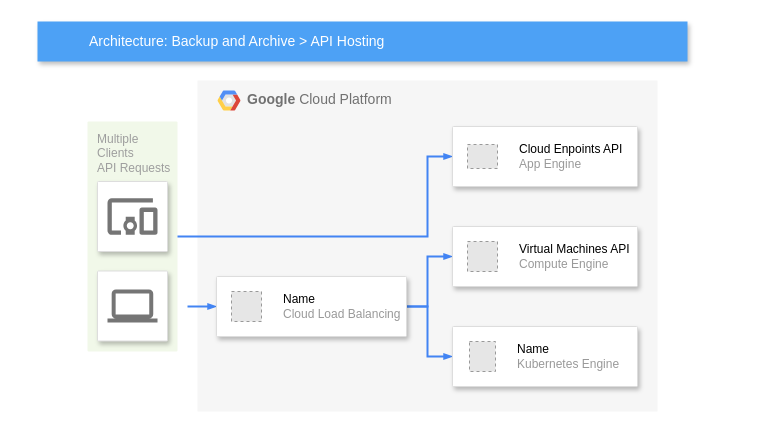
Above: CFCA调度中心/横向扩展架构.drawio in sd1026203/drawio (draw.io), before the change. Source tidied: cells renumbered, new cells numbered last; positions are measured from the earlier drawing's top-left corner, leaving out a move shared by most shapes. Both pictures are drawn from the tidied source at 100%, with x=0, y=0 at pixel (37, 21). Pictures stored in the file or linked from it are replaced by grey dashed boxes.
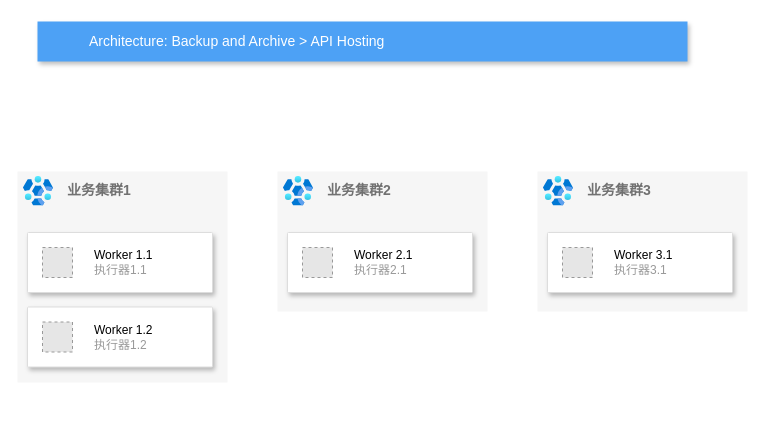
The same diagram, later.

Commit message (it also covers changes not shown here):
更新横向扩展架构.drawio

The edit, as a diff of the source:
```diff
@@
-    <mxCell id="2" value="&lt;b&gt;Google &lt;/b&gt;Cloud Platform" style="fillColor=#F6F6F6;strokeColor=none;shadow=0;gradientColor=none;fontSize=14;align=left;spacing=10;fontColor=#717171;9E9E9E;verticalAlign=top;spacingTop=-4;fontStyle=0;spacingLeft=40;html=1;" parent="1" vertex="1">
-      <mxGeometry x="160" y="59" width="460" height="331" as="geometry" />
+    <mxCell id="2" value="&lt;b&gt;业务集群1&lt;/b&gt;" style="fillColor=#F6F6F6;strokeColor=none;shadow=0;gradientColor=none;fontSize=14;align=left;spacing=10;fontColor=#717171;9E9E9E;verticalAlign=top;spacingTop=-4;fontStyle=0;spacingLeft=40;html=1;" parent="1" vertex="1">
+      <mxGeometry x="-20" y="150" width="210" height="211" as="geometry" />
     </mxCell>
-    <mxCell id="3" style="shape=mxgraph.gcp2.google_cloud_platform;fillColor=#F6F6F6;strokeColor=none;shadow=0;gradientColor=none;" parent="2" vertex="1">
-      <mxGeometry width="23" height="20" relative="1" as="geometry">
-        <mxPoint x="20" y="10" as="offset" />
-      </mxGeometry>
-    </mxCell>
-    <mxCell id="4" value="Multiple&lt;br&gt;Clients&lt;br&gt;API Requests&lt;br&gt;" style="rounded=1;absoluteArcSize=1;arcSize=2;html=1;strokeColor=none;gradientColor=none;shadow=0;dashed=0;fontSize=12;fontColor=#9E9E9E;align=left;verticalAlign=top;spacing=10;spacingTop=-4;fillColor=#F1F8E9;" parent="1" vertex="1">
-      <mxGeometry x="50" y="100" width="90" height="230" as="geometry" />
-    </mxCell>
@@
-    <mxCell id="6" style="edgeStyle=orthogonalEdgeStyle;rounded=0;elbow=vertical;html=1;labelBackgroundColor=none;startFill=1;startSize=4;endArrow=blockThin;endFill=1;endSize=4;jettySize=auto;strokeColor=#4284F3;strokeWidth=2;fontSize=12;fontColor=#000000;align=left;dashed=0;" parent="1" edge="1" source="4" target="16">
-      <mxGeometry relative="1" as="geometry">
-        <Array as="points">
-          <mxPoint x="390" y="215" />
-          <mxPoint x="390" y="135" />
-        </Array>
-      </mxGeometry>
-    </mxCell>
-    <mxCell id="7" style="strokeColor=#dddddd;fillColor=#ffffff;shadow=1;strokeWidth=1;rounded=1;absoluteArcSize=1;arcSize=2;labelPosition=center;verticalLabelPosition=middle;align=center;verticalAlign=bottom;spacingLeft=0;fontColor=#999999;fontSize=12;whiteSpace=wrap;spacingBottom=2;html=1;" parent="1" vertex="1">
-      <mxGeometry x="60" y="160" width="70" height="70" as="geometry" />
-    </mxCell>
-    <mxCell id="8" style="dashed=0;html=1;fillColor=#757575;strokeColor=none;shape=mxgraph.gcp2.mobile_devices;" parent="7" vertex="1">
-      <mxGeometry x="0.5" width="50" height="36.5" relative="1" as="geometry">
-        <mxPoint x="-25" y="16.8" as="offset" />
-      </mxGeometry>
-    </mxCell>
-    <mxCell id="9" style="edgeStyle=elbowEdgeStyle;rounded=0;elbow=vertical;html=1;labelBackgroundColor=none;startFill=1;startSize=4;endArrow=blockThin;endFill=1;endSize=4;jettySize=auto;strokeColor=#4284F3;strokeWidth=2;fontSize=12;fontColor=#000000;align=left;dashed=0;" parent="1" edge="1" target="20">
-      <mxGeometry relative="1" as="geometry">
-        <mxPoint x="150" y="285" as="sourcePoint" />
-      </mxGeometry>
-    </mxCell>
-    <mxCell id="10" style="strokeColor=#dddddd;fillColor=#ffffff;shadow=1;strokeWidth=1;rounded=1;absoluteArcSize=1;arcSize=2;labelPosition=center;verticalLabelPosition=middle;align=center;verticalAlign=bottom;spacingLeft=0;fontColor=#999999;fontSize=12;whiteSpace=wrap;spacingBottom=2;html=1;" parent="1" vertex="1">
-      <mxGeometry x="60" y="249.5" width="70" height="70" as="geometry" />
-    </mxCell>
-    <mxCell id="11" style="dashed=0;html=1;fillColor=#757575;strokeColor=none;shape=mxgraph.gcp2.laptop;" parent="10" vertex="1">
-      <mxGeometry x="0.5" width="50" height="33" relative="1" as="geometry">
-        <mxPoint x="-25" y="18.5" as="offset" />
-      </mxGeometry>
-    </mxCell>
-    <mxCell id="12" style="edgeStyle=orthogonalEdgeStyle;rounded=0;elbow=vertical;html=1;labelBackgroundColor=none;startFill=1;startSize=4;endArrow=blockThin;endFill=1;endSize=4;jettySize=auto;strokeColor=#4284F3;strokeWidth=2;fontSize=12;fontColor=#000000;align=left;dashed=0;" parent="1" edge="1" source="20" target="14">
-      <mxGeometry relative="1" as="geometry">
-        <Array as="points">
-          <mxPoint x="390" y="285" />
-          <mxPoint x="390" y="235" />
-        </Array>
-      </mxGeometry>
-    </mxCell>
-    <mxCell id="13" style="edgeStyle=orthogonalEdgeStyle;rounded=0;elbow=vertical;html=1;labelBackgroundColor=none;startFill=1;startSize=4;endArrow=blockThin;endFill=1;endSize=4;jettySize=auto;strokeColor=#4284F3;strokeWidth=2;fontSize=12;fontColor=#000000;align=left;dashed=0;" parent="1" edge="1" source="20" target="18">
-      <mxGeometry relative="1" as="geometry">
-        <Array as="points">
-          <mxPoint x="390" y="285" />
-          <mxPoint x="390" y="335" />
-        </Array>
-      </mxGeometry>
-    </mxCell>
-    <mxCell id="14" style="strokeColor=#dddddd;shadow=1;strokeWidth=1;rounded=1;absoluteArcSize=1;arcSize=2;" parent="1" vertex="1">
-      <mxGeometry x="415" y="205" width="185" height="60" as="geometry" />
-    </mxCell>
-    <mxCell id="15" value="&lt;font color=&quot;#000000&quot;&gt;Virtual Machines API&lt;/font&gt;&lt;br&gt;Compute Engine" style="fillColor=#E6E6E6;strokeColor=#999999;dashed=1;html=1;fontColor=#999999;verticalLabelPosition=middle;verticalAlign=middle;labelPosition=right;align=left;spacingLeft=20;" parent="14" vertex="1">
-      <mxGeometry width="30" height="30" relative="1" as="geometry">
-        <mxPoint x="15" y="15" as="offset" />
-      </mxGeometry>
-    </mxCell>
-    <mxCell id="16" style="strokeColor=#dddddd;shadow=1;strokeWidth=1;rounded=1;absoluteArcSize=1;arcSize=2;" parent="1" vertex="1">
-      <mxGeometry x="415" y="105" width="185" height="60" as="geometry" />
-    </mxCell>
-    <mxCell id="17" value="&lt;font color=&quot;#000000&quot;&gt;Cloud Enpoints API&lt;/font&gt;&lt;br&gt;App Engine" style="fillColor=#E6E6E6;strokeColor=#999999;dashed=1;html=1;fontColor=#999999;verticalLabelPosition=middle;verticalAlign=middle;labelPosition=right;align=left;spacingLeft=20;" parent="16" vertex="1">
-      <mxGeometry width="30" height="24" relative="1" as="geometry">
-        <mxPoint x="15" y="18" as="offset" />
-      </mxGeometry>
-    </mxCell>
-    <mxCell id="18" style="strokeColor=#dddddd;shadow=1;strokeWidth=1;rounded=1;absoluteArcSize=1;arcSize=2;" parent="1" vertex="1">
-      <mxGeometry x="415" y="305" width="185" height="60" as="geometry" />
-    </mxCell>
-    <mxCell id="19" value="&lt;font color=&quot;#000000&quot;&gt;Name&lt;/font&gt;&lt;br&gt;Kubernetes Engine" style="fillColor=#E6E6E6;strokeColor=#999999;dashed=1;html=1;fontColor=#999999;verticalLabelPosition=middle;verticalAlign=middle;labelPosition=right;align=left;spacingLeft=20;" parent="18" vertex="1">
-      <mxGeometry width="26" height="30" relative="1" as="geometry">
-        <mxPoint x="17" y="15" as="offset" />
-      </mxGeometry>
-    </mxCell>
-    <mxCell id="20" style="strokeColor=#dddddd;shadow=1;strokeWidth=1;rounded=1;absoluteArcSize=1;arcSize=2;" parent="1" vertex="1">
-      <mxGeometry x="179" y="255" width="190" height="60" as="geometry" />
-    </mxCell>
-    <mxCell id="21" value="&lt;font color=&quot;#000000&quot;&gt;Name&lt;/font&gt;&lt;br&gt;Cloud Load Balancing" style="fillColor=#E6E6E6;strokeColor=#999999;dashed=1;html=1;fontColor=#999999;verticalLabelPosition=middle;verticalAlign=middle;labelPosition=right;align=left;spacingLeft=20;" parent="20" vertex="1">
-      <mxGeometry width="30" height="30" relative="1" as="geometry">
-        <mxPoint x="15" y="15" as="offset" />
-      </mxGeometry>
-    </mxCell>
+    <mxCell id="22" style="strokeColor=#dddddd;shadow=1;strokeWidth=1;rounded=1;absoluteArcSize=1;arcSize=2;" parent="1" vertex="1">
+      <mxGeometry x="-10" y="285.5" width="185" height="60" as="geometry" />
+    </mxCell>
+    <mxCell id="23" value="&lt;font color=&quot;#000000&quot;&gt;Worker 1.2&lt;/font&gt;&lt;br&gt;执行器1.2" style="fillColor=#E6E6E6;strokeColor=#999999;dashed=1;html=1;fontColor=#999999;verticalLabelPosition=middle;verticalAlign=middle;labelPosition=right;align=left;spacingLeft=20;" parent="22" vertex="1">
+      <mxGeometry width="30" height="30" relative="1" as="geometry">
+        <mxPoint x="15" y="15" as="offset" />
+      </mxGeometry>
+    </mxCell>
+    <mxCell id="24" style="strokeColor=#dddddd;shadow=1;strokeWidth=1;rounded=1;absoluteArcSize=1;arcSize=2;" parent="1" vertex="1">
+      <mxGeometry x="-10" y="211" width="185" height="60" as="geometry" />
+    </mxCell>
+    <mxCell id="25" value="&lt;font color=&quot;#000000&quot;&gt;Worker 1.1&lt;/font&gt;&lt;br&gt;执行器1.1" style="fillColor=#E6E6E6;strokeColor=#999999;dashed=1;html=1;fontColor=#999999;verticalLabelPosition=middle;verticalAlign=middle;labelPosition=right;align=left;spacingLeft=20;" parent="24" vertex="1">
+      <mxGeometry width="30" height="30" relative="1" as="geometry">
+        <mxPoint x="15" y="15" as="offset" />
+      </mxGeometry>
+    </mxCell>
+    <mxCell id="26" style="image;html=1;align=center;fontSize=12;image=img/lib/azure2/analytics/HD_Insight_Clusters.svg;" parent="1" vertex="1">
+      <mxGeometry x="-14" y="155" width="30" height="29.5" as="geometry" />
+    </mxCell>
+    <mxCell id="27" value="&lt;b&gt;业务集群2&lt;/b&gt;" style="fillColor=#F6F6F6;strokeColor=none;shadow=0;gradientColor=none;fontSize=14;align=left;spacing=10;fontColor=#717171;9E9E9E;verticalAlign=top;spacingTop=-4;fontStyle=0;spacingLeft=40;html=1;" parent="1" vertex="1">
+      <mxGeometry x="240" y="150" width="210" height="140" as="geometry" />
+    </mxCell>
+    <mxCell id="28" style="strokeColor=#dddddd;shadow=1;strokeWidth=1;rounded=1;absoluteArcSize=1;arcSize=2;" parent="1" vertex="1">
+      <mxGeometry x="250" y="211" width="185" height="60" as="geometry" />
+    </mxCell>
+    <mxCell id="29" value="&lt;font color=&quot;#000000&quot;&gt;Worker 2.1&lt;/font&gt;&lt;br&gt;执行器2.1" style="fillColor=#E6E6E6;strokeColor=#999999;dashed=1;html=1;fontColor=#999999;verticalLabelPosition=middle;verticalAlign=middle;labelPosition=right;align=left;spacingLeft=20;" parent="28" vertex="1">
+      <mxGeometry width="30" height="30" relative="1" as="geometry">
+        <mxPoint x="15" y="15" as="offset" />
+      </mxGeometry>
+    </mxCell>
+    <mxCell id="30" style="image;html=1;align=center;fontSize=12;image=img/lib/azure2/analytics/HD_Insight_Clusters.svg;" parent="1" vertex="1">
+      <mxGeometry x="246" y="155" width="30" height="29.5" as="geometry" />
+    </mxCell>
+    <mxCell id="31" value="&lt;b&gt;业务集群3&lt;/b&gt;" style="fillColor=#F6F6F6;strokeColor=none;shadow=0;gradientColor=none;fontSize=14;align=left;spacing=10;fontColor=#717171;9E9E9E;verticalAlign=top;spacingTop=-4;fontStyle=0;spacingLeft=40;html=1;" parent="1" vertex="1">
+      <mxGeometry x="500" y="150" width="210" height="140" as="geometry" />
+    </mxCell>
+    <mxCell id="32" style="strokeColor=#dddddd;shadow=1;strokeWidth=1;rounded=1;absoluteArcSize=1;arcSize=2;" parent="1" vertex="1">
+      <mxGeometry x="510" y="211" width="185" height="60" as="geometry" />
+    </mxCell>
+    <mxCell id="33" value="&lt;font color=&quot;#000000&quot;&gt;Worker 3.1&lt;/font&gt;&lt;br&gt;执行器3.1" style="fillColor=#E6E6E6;strokeColor=#999999;dashed=1;html=1;fontColor=#999999;verticalLabelPosition=middle;verticalAlign=middle;labelPosition=right;align=left;spacingLeft=20;" parent="32" vertex="1">
+      <mxGeometry width="30" height="30" relative="1" as="geometry">
+        <mxPoint x="15" y="15" as="offset" />
+      </mxGeometry>
+    </mxCell>
+    <mxCell id="34" style="image;html=1;align=center;fontSize=12;image=img/lib/azure2/analytics/HD_Insight_Clusters.svg;" parent="1" vertex="1">
+      <mxGeometry x="506" y="155" width="30" height="29.5" as="geometry" />
+    </mxCell>
```
